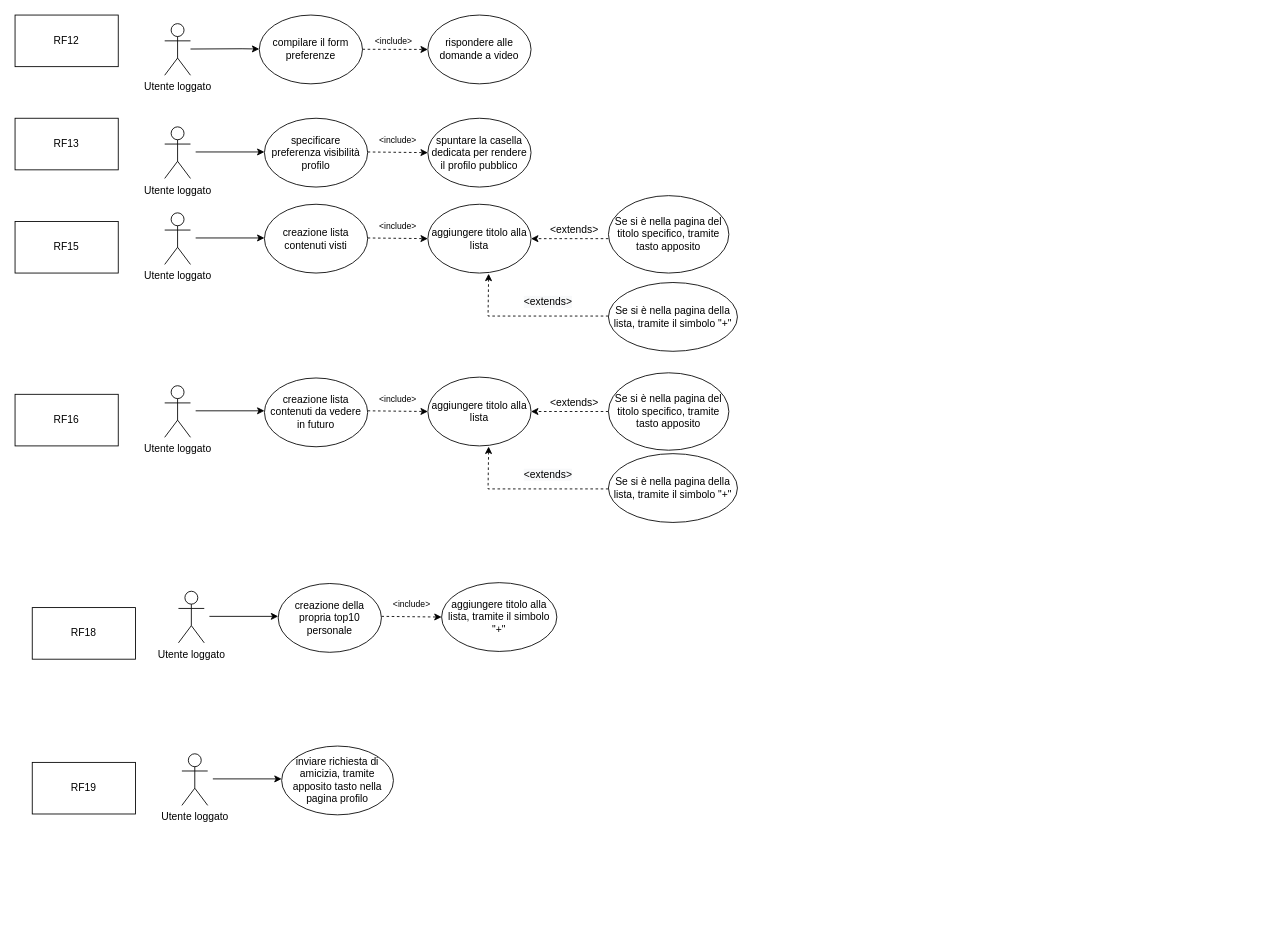
Earlier version of the draw.io diagram UserCaseA.drawio (Organizzazione-IngSoftware/BancoLavoroD2). Source tidied: cells renumbered, new cells numbered last; positions are measured from the earlier drawing's top-left corner, leaving out a move shared by most shapes. Both pictures are drawn from the tidied source at 86%, with x=0, y=0 at pixel (15, 15).
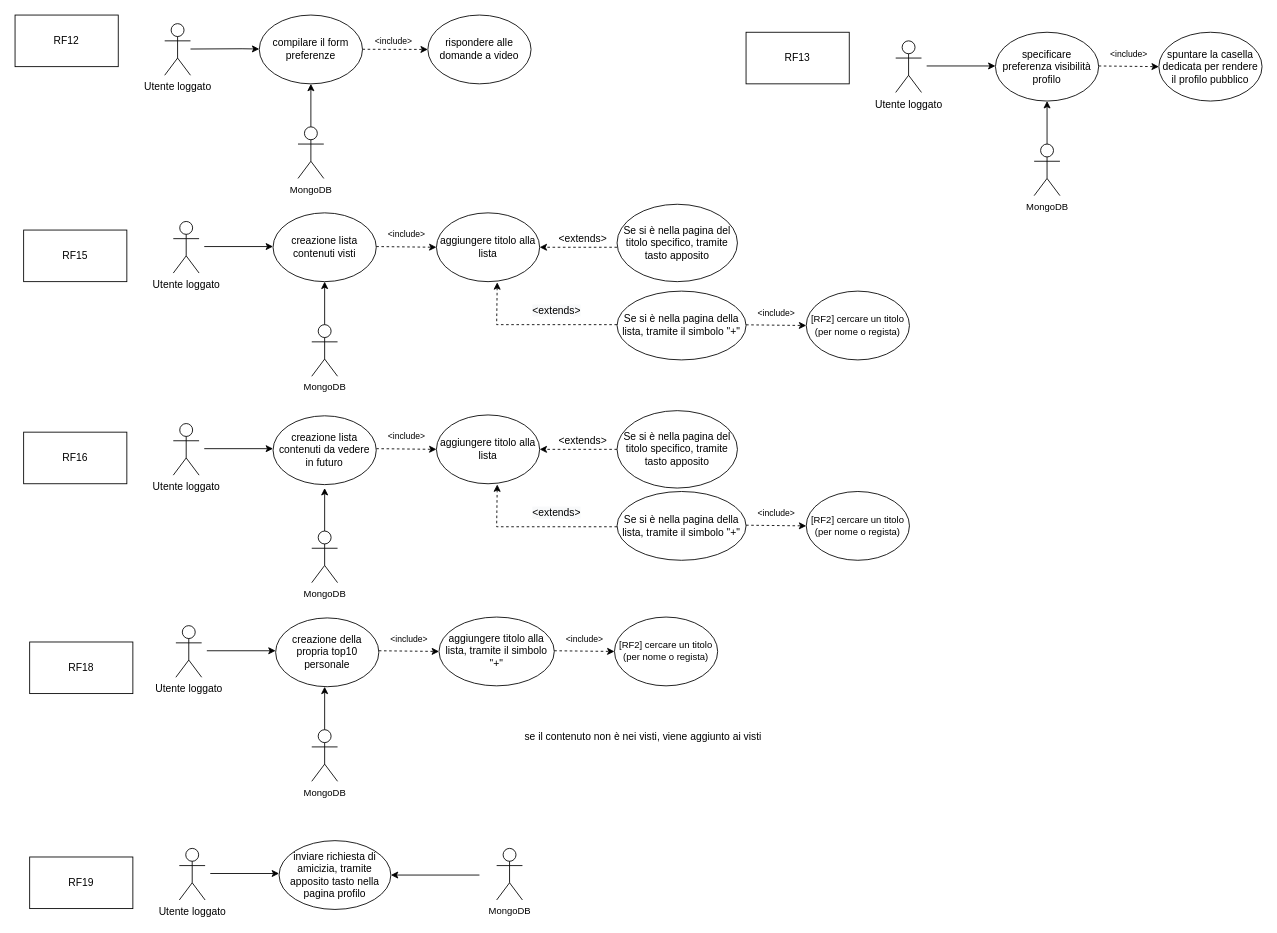
After the change.

Diff of the diagram source:
```diff
@@
     <mxCell id="3" value="Utente loggato" style="shape=umlActor;verticalLabelPosition=bottom;verticalAlign=top;html=1;" parent="1" vertex="1">
-      <mxGeometry x="174" y="130" width="30" height="60" as="geometry" />
+      <mxGeometry x="1024" y="30" width="30" height="60" as="geometry" />
     </mxCell>
@@
     <mxCell id="5" value="specificare preferenza visibilità profilo" style="ellipse;whiteSpace=wrap;html=1;" parent="1" vertex="1">
-      <mxGeometry x="290" y="120" width="120" height="80" as="geometry" />
+      <mxGeometry x="1140" y="20" width="120" height="80" as="geometry" />
     </mxCell>
@@
     <mxCell id="7" value="RF13" style="rounded=0;whiteSpace=wrap;html=1;" parent="1" vertex="1">
-      <mxGeometry y="120" width="120" height="60" as="geometry" />
+      <mxGeometry x="850" y="20" width="120" height="60" as="geometry" />
     </mxCell>
     <mxCell id="8" style="endArrow=classic;html=1;rounded=0;" parent="1" edge="1">
       <mxGeometry relative="1" as="geometry">
-        <mxPoint x="210" y="159.2" as="sourcePoint" />
-        <mxPoint x="290" y="159.2" as="targetPoint" />
+        <mxPoint x="1060" y="59.2" as="sourcePoint" />
+        <mxPoint x="1140" y="59.2" as="targetPoint" />
       </mxGeometry>
     </mxCell>
@@
     <mxCell id="12" value="&lt;font style=&quot;font-size: 12px;&quot;&gt;spuntare la casella dedicata per rendere il profilo pubblico&lt;/font&gt;" style="ellipse;whiteSpace=wrap;html=1;fontSize=10;" parent="1" vertex="1">
-      <mxGeometry x="480" y="120" width="120" height="80" as="geometry" />
+      <mxGeometry x="1330" y="20" width="120" height="80" as="geometry" />
     </mxCell>
     <mxCell id="13" value="&lt;font style=&quot;font-size: 10px;&quot;&gt;&amp;lt;include&amp;gt;&lt;/font&gt;" style="text;html=1;align=center;verticalAlign=middle;points=[];strokeColor=none;fillColor=none;" parent="1" vertex="1">
-      <mxGeometry x="410" y="130" width="70" height="30" as="geometry" />
+      <mxGeometry x="1260" y="30" width="70" height="30" as="geometry" />
     </mxCell>
     <mxCell id="14" style="endArrow=classic;html=1;rounded=0;dashed=1;fontSize=10;entryX=1;entryY=1;entryDx=0;entryDy=0;entryPerimeter=0;" parent="1" edge="1" target="13">
       <mxGeometry relative="1" as="geometry">
-        <mxPoint x="410" y="159.2" as="sourcePoint" />
+        <mxPoint x="1260" y="59.2" as="sourcePoint" />
       </mxGeometry>
     </mxCell>
@@
     <mxCell id="16" value="RF15" style="rounded=0;whiteSpace=wrap;html=1;fontSize=12;" parent="1" vertex="1">
-      <mxGeometry y="240" width="120" height="60" as="geometry" />
+      <mxGeometry x="10" y="250" width="120" height="60" as="geometry" />
     </mxCell>
     <mxCell id="17" value="Utente loggato" style="shape=umlActor;verticalLabelPosition=bottom;verticalAlign=top;html=1;" parent="1" vertex="1">
-      <mxGeometry x="174" y="230" width="30" height="60" as="geometry" />
+      <mxGeometry x="184" y="240" width="30" height="60" as="geometry" />
     </mxCell>
     <mxCell id="18" value="creazione lista contenuti visti" style="ellipse;whiteSpace=wrap;html=1;" parent="1" vertex="1">
-      <mxGeometry x="290" y="220" width="120" height="80" as="geometry" />
+      <mxGeometry x="300" y="230" width="120" height="80" as="geometry" />
     </mxCell>
     <mxCell id="19" style="endArrow=classic;html=1;rounded=0;" parent="1" edge="1">
       <mxGeometry relative="1" as="geometry">
-        <mxPoint x="210" y="259.2" as="sourcePoint" />
-        <mxPoint x="290" y="259.2" as="targetPoint" />
+        <mxPoint x="220" y="269.2" as="sourcePoint" />
+        <mxPoint x="300" y="269.2" as="targetPoint" />
       </mxGeometry>
     </mxCell>
     <mxCell id="20" value="&lt;span style=&quot;font-size: 12px;&quot;&gt;aggiungere titolo alla lista&lt;/span&gt;" style="ellipse;whiteSpace=wrap;html=1;fontSize=10;" parent="1" vertex="1">
-      <mxGeometry x="480" y="220" width="120" height="80" as="geometry" />
+      <mxGeometry x="490" y="230" width="120" height="80" as="geometry" />
     </mxCell>
     <mxCell id="21" value="&lt;font style=&quot;font-size: 10px;&quot;&gt;&amp;lt;include&amp;gt;&lt;/font&gt;" style="text;html=1;align=center;verticalAlign=middle;points=[];strokeColor=none;fillColor=none;" parent="1" vertex="1">
-      <mxGeometry x="410" y="230" width="70" height="30" as="geometry" />
+      <mxGeometry x="420" y="240" width="70" height="30" as="geometry" />
     </mxCell>
     <mxCell id="22" style="endArrow=classic;html=1;rounded=0;dashed=1;fontSize=10;entryX=1;entryY=1;entryDx=0;entryDy=0;entryPerimeter=0;" parent="1" edge="1" target="21">
       <mxGeometry relative="1" as="geometry">
-        <mxPoint x="410" y="259.2" as="sourcePoint" />
+        <mxPoint x="420" y="269.2" as="sourcePoint" />
       </mxGeometry>
     </mxCell>
     <mxCell id="23" style="endArrow=classic;html=1;rounded=0;dashed=1;fontSize=12;" parent="1" edge="1">
       <mxGeometry relative="1" as="geometry">
-        <mxPoint x="690" y="260" as="sourcePoint" />
-        <mxPoint x="600" y="260" as="targetPoint" />
+        <mxPoint x="700" y="270" as="sourcePoint" />
+        <mxPoint x="610" y="270" as="targetPoint" />
       </mxGeometry>
     </mxCell>
     <mxCell id="24" style="endArrow=classic;html=1;rounded=0;dashed=1;fontSize=12;entryX=0.589;entryY=1.01;entryDx=0;entryDy=0;entryPerimeter=0;" parent="1" edge="1" target="20">
       <mxGeometry relative="1" as="geometry">
-        <mxPoint x="690" y="350" as="sourcePoint" />
+        <mxPoint x="700" y="360" as="sourcePoint" />
         <Array as="points">
-          <mxPoint x="550" y="350" />
+          <mxPoint x="560" y="360" />
         </Array>
       </mxGeometry>
     </mxCell>
     <mxCell id="25" value="Se si è nella pagina del titolo specifico, tramite tasto apposito" style="ellipse;whiteSpace=wrap;html=1;fontSize=12;" parent="1" vertex="1">
-      <mxGeometry x="690" y="210" width="140" height="90" as="geometry" />
+      <mxGeometry x="700" y="220" width="140" height="90" as="geometry" />
     </mxCell>
     <mxCell id="26" value="Se si è nella pagina della lista, tramite il simbolo &quot;+&quot;" style="ellipse;whiteSpace=wrap;html=1;fontSize=12;" parent="1" vertex="1">
-      <mxGeometry x="690" y="311" width="150" height="80" as="geometry" />
+      <mxGeometry x="700" y="321" width="150" height="80" as="geometry" />
     </mxCell>
     <mxCell id="27" value="&amp;lt;extends&amp;gt;" style="text;html=1;align=center;verticalAlign=middle;strokeColor=none;fillColor=none;fontSize=12;" parent="1" vertex="1">
-      <mxGeometry x="610" y="235" width="80" height="30" as="geometry" />
+      <mxGeometry x="620" y="245" width="80" height="30" as="geometry" />
     </mxCell>
     <mxCell id="28" value="&lt;span style=&quot;color: rgb(0, 0, 0); font-family: Helvetica; font-size: 12px; font-style: normal; font-variant-ligatures: normal; font-variant-caps: normal; font-weight: 400; letter-spacing: normal; orphans: 2; text-align: center; text-indent: 0px; text-transform: none; widows: 2; word-spacing: 0px; -webkit-text-stroke-width: 0px; background-color: rgb(248, 249, 250); text-decoration-thickness: initial; text-decoration-style: initial; text-decoration-color: initial; float: none; display: inline !important;&quot;&gt;&amp;lt;extends&amp;gt;&lt;/span&gt;" style="text;whiteSpace=wrap;html=1;fontSize=12;" parent="1" vertex="1">
-      <mxGeometry x="590" y="320" width="90" height="40" as="geometry" />
+      <mxGeometry x="600" y="330" width="90" height="40" as="geometry" />
     </mxCell>
     <mxCell id="29" value="RF16" style="rounded=0;whiteSpace=wrap;html=1;fontSize=12;" parent="1" vertex="1">
-      <mxGeometry y="441" width="120" height="60" as="geometry" />
+      <mxGeometry x="10" y="485" width="120" height="60" as="geometry" />
     </mxCell>
     <mxCell id="30" value="Utente loggato" style="shape=umlActor;verticalLabelPosition=bottom;verticalAlign=top;html=1;" parent="1" vertex="1">
-      <mxGeometry x="174" y="431" width="30" height="60" as="geometry" />
+      <mxGeometry x="184" y="475" width="30" height="60" as="geometry" />
     </mxCell>
     <mxCell id="31" style="endArrow=classic;html=1;rounded=0;" parent="1" edge="1">
       <mxGeometry relative="1" as="geometry">
-        <mxPoint x="210" y="460.2" as="sourcePoint" />
-        <mxPoint x="290" y="460.2" as="targetPoint" />
+        <mxPoint x="220" y="504.2" as="sourcePoint" />
+        <mxPoint x="300" y="504.2" as="targetPoint" />
       </mxGeometry>
     </mxCell>
     <mxCell id="32" value="&lt;font style=&quot;font-size: 10px;&quot;&gt;&amp;lt;include&amp;gt;&lt;/font&gt;" style="text;html=1;align=center;verticalAlign=middle;points=[];strokeColor=none;fillColor=none;" parent="1" vertex="1">
-      <mxGeometry x="410" y="431" width="70" height="30" as="geometry" />
+      <mxGeometry x="420" y="475" width="70" height="30" as="geometry" />
     </mxCell>
     <mxCell id="33" style="endArrow=classic;html=1;rounded=0;dashed=1;fontSize=10;entryX=1;entryY=1;entryDx=0;entryDy=0;entryPerimeter=0;" parent="1" edge="1" target="32">
       <mxGeometry relative="1" as="geometry">
-        <mxPoint x="410" y="460.2" as="sourcePoint" />
+        <mxPoint x="420" y="504.2" as="sourcePoint" />
       </mxGeometry>
     </mxCell>
     <mxCell id="34" style="endArrow=classic;html=1;rounded=0;dashed=1;fontSize=12;" parent="1" edge="1">
       <mxGeometry relative="1" as="geometry">
-        <mxPoint x="690" y="461" as="sourcePoint" />
-        <mxPoint x="600" y="461" as="targetPoint" />
+        <mxPoint x="700" y="505" as="sourcePoint" />
+        <mxPoint x="610" y="505" as="targetPoint" />
       </mxGeometry>
     </mxCell>
     <mxCell id="35" style="endArrow=classic;html=1;rounded=0;dashed=1;fontSize=12;entryX=0.589;entryY=1.01;entryDx=0;entryDy=0;entryPerimeter=0;" parent="1" edge="1">
       <mxGeometry relative="1" as="geometry">
-        <mxPoint x="690" y="551" as="sourcePoint" />
-        <mxPoint x="550.7" y="501.8" as="targetPoint" />
+        <mxPoint x="700" y="595" as="sourcePoint" />
+        <mxPoint x="560.7" y="545.8" as="targetPoint" />
         <Array as="points">
-          <mxPoint x="550" y="551" />
+          <mxPoint x="560" y="595" />
         </Array>
       </mxGeometry>
     </mxCell>
     <mxCell id="36" value="Se si è nella pagina della lista, tramite il simbolo &quot;+&quot;" style="ellipse;whiteSpace=wrap;html=1;fontSize=12;" parent="1" vertex="1">
-      <mxGeometry x="690" y="510" width="150" height="80" as="geometry" />
+      <mxGeometry x="700" y="554" width="150" height="80" as="geometry" />
     </mxCell>
     <mxCell id="37" value="&amp;lt;extends&amp;gt;" style="text;html=1;align=center;verticalAlign=middle;strokeColor=none;fillColor=none;fontSize=12;" parent="1" vertex="1">
-      <mxGeometry x="610" y="436" width="80" height="30" as="geometry" />
+      <mxGeometry x="620" y="480" width="80" height="30" as="geometry" />
     </mxCell>
     <mxCell id="38" value="&lt;span style=&quot;color: rgb(0, 0, 0); font-family: Helvetica; font-size: 12px; font-style: normal; font-variant-ligatures: normal; font-variant-caps: normal; font-weight: 400; letter-spacing: normal; orphans: 2; text-align: center; text-indent: 0px; text-transform: none; widows: 2; word-spacing: 0px; -webkit-text-stroke-width: 0px; background-color: rgb(248, 249, 250); text-decoration-thickness: initial; text-decoration-style: initial; text-decoration-color: initial; float: none; display: inline !important;&quot;&gt;&amp;lt;extends&amp;gt;&lt;/span&gt;" style="text;whiteSpace=wrap;html=1;fontSize=12;" parent="1" vertex="1">
-      <mxGeometry x="590" y="521" width="90" height="40" as="geometry" />
+      <mxGeometry x="600" y="565" width="90" height="40" as="geometry" />
     </mxCell>
     <mxCell id="39" value="creazione lista contenuti da vedere in futuro" style="ellipse;whiteSpace=wrap;html=1;" parent="1" vertex="1">
-      <mxGeometry x="290" y="422" width="120" height="80" as="geometry" />
+      <mxGeometry x="300" y="466" width="120" height="80" as="geometry" />
     </mxCell>
     <mxCell id="40" value="&lt;span style=&quot;font-size: 12px;&quot;&gt;aggiungere titolo alla lista&lt;/span&gt;" style="ellipse;whiteSpace=wrap;html=1;fontSize=10;" parent="1" vertex="1">
-      <mxGeometry x="480" y="421" width="120" height="80" as="geometry" />
+      <mxGeometry x="490" y="465" width="120" height="80" as="geometry" />
     </mxCell>
     <mxCell id="41" value="Se si è nella pagina del titolo specifico, tramite tasto apposito" style="ellipse;whiteSpace=wrap;html=1;fontSize=12;" parent="1" vertex="1">
-      <mxGeometry x="690" y="416" width="140" height="90" as="geometry" />
+      <mxGeometry x="700" y="460" width="140" height="90" as="geometry" />
     </mxCell>
     <mxCell id="42" value="Utente loggato" style="shape=umlActor;verticalLabelPosition=bottom;verticalAlign=top;html=1;" parent="1" vertex="1">
-      <mxGeometry x="190" y="670" width="30" height="60" as="geometry" />
+      <mxGeometry x="187" y="710" width="30" height="60" as="geometry" />
     </mxCell>
     <mxCell id="43" style="endArrow=classic;html=1;rounded=0;" parent="1" edge="1">
       <mxGeometry relative="1" as="geometry">
-        <mxPoint x="226" y="699.2" as="sourcePoint" />
-        <mxPoint x="306" y="699.2" as="targetPoint" />
+        <mxPoint x="223" y="739.2" as="sourcePoint" />
+        <mxPoint x="303" y="739.2" as="targetPoint" />
       </mxGeometry>
     </mxCell>
     <mxCell id="44" value="&lt;font style=&quot;font-size: 10px;&quot;&gt;&amp;lt;include&amp;gt;&lt;/font&gt;" style="text;html=1;align=center;verticalAlign=middle;points=[];strokeColor=none;fillColor=none;" parent="1" vertex="1">
-      <mxGeometry x="426" y="670" width="70" height="30" as="geometry" />
+      <mxGeometry x="423" y="710" width="70" height="30" as="geometry" />
     </mxCell>
     <mxCell id="45" style="endArrow=classic;html=1;rounded=0;dashed=1;fontSize=10;entryX=1;entryY=1;entryDx=0;entryDy=0;entryPerimeter=0;" parent="1" edge="1" target="44">
       <mxGeometry relative="1" as="geometry">
-        <mxPoint x="426" y="699.2" as="sourcePoint" />
+        <mxPoint x="423" y="739.2" as="sourcePoint" />
       </mxGeometry>
     </mxCell>
     <mxCell id="46" value="creazione della propria top10 personale" style="ellipse;whiteSpace=wrap;html=1;" parent="1" vertex="1">
-      <mxGeometry x="306" y="661" width="120" height="80" as="geometry" />
+      <mxGeometry x="303" y="701" width="120" height="80" as="geometry" />
     </mxCell>
     <mxCell id="47" value="&lt;span style=&quot;font-size: 12px;&quot;&gt;aggiungere titolo alla lista, tramite il simbolo &quot;+&quot;&lt;/span&gt;" style="ellipse;whiteSpace=wrap;html=1;fontSize=10;" parent="1" vertex="1">
-      <mxGeometry x="496" y="660" width="134" height="80" as="geometry" />
+      <mxGeometry x="493" y="700" width="134" height="80" as="geometry" />
     </mxCell>
     <mxCell id="48" value="RF18" style="rounded=0;whiteSpace=wrap;html=1;fontSize=12;" parent="1" vertex="1">
-      <mxGeometry x="20" y="689" width="120" height="60" as="geometry" />
+      <mxGeometry x="17" y="729" width="120" height="60" as="geometry" />
     </mxCell>
     <mxCell id="49" value="RF19" style="rounded=0;whiteSpace=wrap;html=1;fontSize=12;" parent="1" vertex="1">
-      <mxGeometry x="20" y="869" width="120" height="60" as="geometry" />
+      <mxGeometry x="17" y="979" width="120" height="60" as="geometry" />
     </mxCell>
     <mxCell id="50" value="Utente loggato" style="shape=umlActor;verticalLabelPosition=bottom;verticalAlign=top;html=1;" parent="1" vertex="1">
-      <mxGeometry x="194" y="859" width="30" height="60" as="geometry" />
+      <mxGeometry x="191" y="969" width="30" height="60" as="geometry" />
     </mxCell>
     <mxCell id="51" style="endArrow=classic;html=1;rounded=0;" parent="1" edge="1">
       <mxGeometry relative="1" as="geometry">
-        <mxPoint x="230" y="888.2" as="sourcePoint" />
-        <mxPoint x="310" y="888.2" as="targetPoint" />
+        <mxPoint x="227" y="998.2" as="sourcePoint" />
+        <mxPoint x="307" y="998.2" as="targetPoint" />
       </mxGeometry>
     </mxCell>
     <mxCell id="52" value="inviare richiesta di amicizia, tramite apposito tasto nella pagina profilo" style="ellipse;whiteSpace=wrap;html=1;" parent="1" vertex="1">
-      <mxGeometry x="310" y="850" width="130" height="80" as="geometry" />
+      <mxGeometry x="307" y="960" width="130" height="80" as="geometry" />
     </mxCell>
+    <mxCell id="53" value="&lt;font style=&quot;font-size: 10px;&quot;&gt;&amp;lt;include&amp;gt;&lt;/font&gt;" style="text;html=1;align=center;verticalAlign=middle;points=[];strokeColor=none;fillColor=none;" parent="1" vertex="1">
+      <mxGeometry x="850" y="564" width="70" height="30" as="geometry" />
+    </mxCell>
+    <mxCell id="54" style="endArrow=classic;html=1;rounded=0;dashed=1;fontSize=10;entryX=1;entryY=1;entryDx=0;entryDy=0;entryPerimeter=0;" parent="1" edge="1" target="53">
+      <mxGeometry relative="1" as="geometry">
+        <mxPoint x="850" y="593.2" as="sourcePoint" />
+      </mxGeometry>
+    </mxCell>
+    <mxCell id="55" value="&lt;span style=&quot;font-size: 11px;&quot;&gt;[RF2] cercare un titolo (per nome o regista)&lt;/span&gt;" style="ellipse;whiteSpace=wrap;html=1;fontSize=10;" parent="1" vertex="1">
+      <mxGeometry x="920" y="554" width="120" height="80" as="geometry" />
+    </mxCell>
+    <mxCell id="56" value="&lt;font style=&quot;font-size: 10px;&quot;&gt;&amp;lt;include&amp;gt;&lt;/font&gt;" style="text;html=1;align=center;verticalAlign=middle;points=[];strokeColor=none;fillColor=none;" parent="1" vertex="1">
+      <mxGeometry x="850" y="331" width="70" height="30" as="geometry" />
+    </mxCell>
+    <mxCell id="57" style="endArrow=classic;html=1;rounded=0;dashed=1;fontSize=10;entryX=1;entryY=1;entryDx=0;entryDy=0;entryPerimeter=0;" parent="1" edge="1" target="56">
+      <mxGeometry relative="1" as="geometry">
+        <mxPoint x="850" y="360.2" as="sourcePoint" />
+      </mxGeometry>
+    </mxCell>
+    <mxCell id="58" value="&lt;span style=&quot;font-size: 11px;&quot;&gt;[RF2] cercare un titolo (per nome o regista)&lt;/span&gt;" style="ellipse;whiteSpace=wrap;html=1;fontSize=10;" parent="1" vertex="1">
+      <mxGeometry x="920" y="321" width="120" height="80" as="geometry" />
+    </mxCell>
+    <mxCell id="59" value="&lt;font style=&quot;font-size: 10px;&quot;&gt;&amp;lt;include&amp;gt;&lt;/font&gt;" style="text;html=1;align=center;verticalAlign=middle;points=[];strokeColor=none;fillColor=none;" parent="1" vertex="1">
+      <mxGeometry x="627" y="710" width="70" height="30" as="geometry" />
+    </mxCell>
+    <mxCell id="60" style="endArrow=classic;html=1;rounded=0;dashed=1;fontSize=10;entryX=1;entryY=1;entryDx=0;entryDy=0;entryPerimeter=0;" parent="1" edge="1" target="59">
+      <mxGeometry relative="1" as="geometry">
+        <mxPoint x="627" y="739.2" as="sourcePoint" />
+      </mxGeometry>
+    </mxCell>
+    <mxCell id="61" value="&lt;span style=&quot;font-size: 11px;&quot;&gt;[RF2] cercare un titolo (per nome o regista)&lt;/span&gt;" style="ellipse;whiteSpace=wrap;html=1;fontSize=10;" parent="1" vertex="1">
+      <mxGeometry x="697" y="700" width="120" height="80" as="geometry" />
+    </mxCell>
+    <mxCell id="62" value="MongoDB" style="shape=umlActor;verticalLabelPosition=bottom;verticalAlign=top;html=1;outlineConnect=0;fontSize=11;" parent="1" vertex="1">
+      <mxGeometry x="329" y="130" width="30" height="60" as="geometry" />
+    </mxCell>
+    <mxCell id="63" style="endArrow=classic;html=1;rounded=0;fontSize=11;entryX=0.5;entryY=1;entryDx=0;entryDy=0;exitX=0.5;exitY=0;exitDx=0;exitDy=0;exitPerimeter=0;" parent="1" edge="1" source="62">
+      <mxGeometry relative="1" as="geometry">
+        <mxPoint x="344" y="80" as="targetPoint" />
+      </mxGeometry>
+    </mxCell>
+    <mxCell id="64" value="MongoDB" style="shape=umlActor;verticalLabelPosition=bottom;verticalAlign=top;html=1;outlineConnect=0;fontSize=11;" parent="1" vertex="1">
+      <mxGeometry x="1185" y="150" width="30" height="60" as="geometry" />
+    </mxCell>
+    <mxCell id="65" style="endArrow=classic;html=1;rounded=0;fontSize=11;entryX=0.5;entryY=1;entryDx=0;entryDy=0;exitX=0.5;exitY=0;exitDx=0;exitDy=0;exitPerimeter=0;" parent="1" edge="1" source="64">
+      <mxGeometry relative="1" as="geometry">
+        <mxPoint x="1200" y="100" as="targetPoint" />
+      </mxGeometry>
+    </mxCell>
+    <mxCell id="66" value="MongoDB" style="shape=umlActor;verticalLabelPosition=bottom;verticalAlign=top;html=1;outlineConnect=0;fontSize=11;" parent="1" vertex="1">
+      <mxGeometry x="345" y="360" width="30" height="60" as="geometry" />
+    </mxCell>
+    <mxCell id="67" style="endArrow=classic;html=1;rounded=0;fontSize=11;entryX=0.5;entryY=1;entryDx=0;entryDy=0;exitX=0.5;exitY=0;exitDx=0;exitDy=0;exitPerimeter=0;" parent="1" edge="1" source="66">
+      <mxGeometry relative="1" as="geometry">
+        <mxPoint x="360" y="310" as="targetPoint" />
+      </mxGeometry>
+    </mxCell>
+    <mxCell id="68" value="MongoDB" style="shape=umlActor;verticalLabelPosition=bottom;verticalAlign=top;html=1;outlineConnect=0;fontSize=11;" parent="1" vertex="1">
+      <mxGeometry x="345" y="600" width="30" height="60" as="geometry" />
+    </mxCell>
+    <mxCell id="69" style="endArrow=classic;html=1;rounded=0;fontSize=11;entryX=0.5;entryY=1;entryDx=0;entryDy=0;exitX=0.5;exitY=0;exitDx=0;exitDy=0;exitPerimeter=0;" parent="1" edge="1" source="68">
+      <mxGeometry relative="1" as="geometry">
+        <mxPoint x="360" y="550" as="targetPoint" />
+      </mxGeometry>
+    </mxCell>
+    <mxCell id="70" value="MongoDB" style="shape=umlActor;verticalLabelPosition=bottom;verticalAlign=top;html=1;outlineConnect=0;fontSize=11;" parent="1" vertex="1">
+      <mxGeometry x="345" y="831" width="30" height="60" as="geometry" />
+    </mxCell>
+    <mxCell id="71" style="endArrow=classic;html=1;rounded=0;fontSize=11;entryX=0.5;entryY=1;entryDx=0;entryDy=0;exitX=0.5;exitY=0;exitDx=0;exitDy=0;exitPerimeter=0;" parent="1" edge="1" source="70">
+      <mxGeometry relative="1" as="geometry">
+        <mxPoint x="360" y="781" as="targetPoint" />
+      </mxGeometry>
+    </mxCell>
+    <mxCell id="72" value="MongoDB" style="shape=umlActor;verticalLabelPosition=bottom;verticalAlign=top;html=1;fontSize=11;" parent="1" vertex="1">
+      <mxGeometry x="560" y="969" width="30" height="60" as="geometry" />
+    </mxCell>
+    <mxCell id="73" style="endArrow=classic;html=1;rounded=0;entryX=1;entryY=0.5;entryDx=0;entryDy=0;" parent="1" edge="1" target="52">
+      <mxGeometry relative="1" as="geometry">
+        <mxPoint x="540" y="1000" as="sourcePoint" />
+      </mxGeometry>
+    </mxCell>
+    <mxCell id="74" value="se il contenuto non è nei visti, viene aggiunto ai visti" style="text;html=1;align=center;verticalAlign=middle;strokeColor=none;fillColor=none;" parent="1" vertex="1">
+      <mxGeometry x="580" y="825" width="300" height="30" as="geometry" />
+    </mxCell>
```
